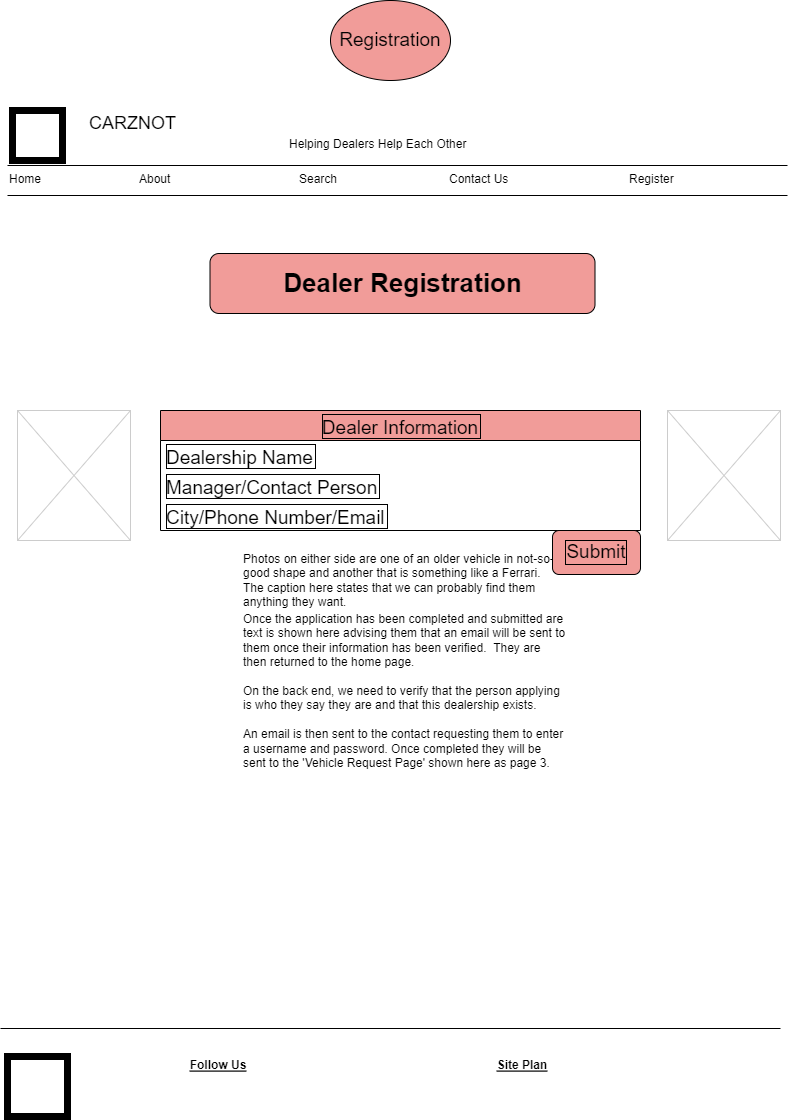
carznot2/wdd130 keeps this draw.io diagram as carznot/images/registration-wireframe.png. Above is the earlier version. Source tidied: cells renumbered, new cells last; positions are measured from the earlier drawing's top-left corner, leaving out a move shared by most shapes.
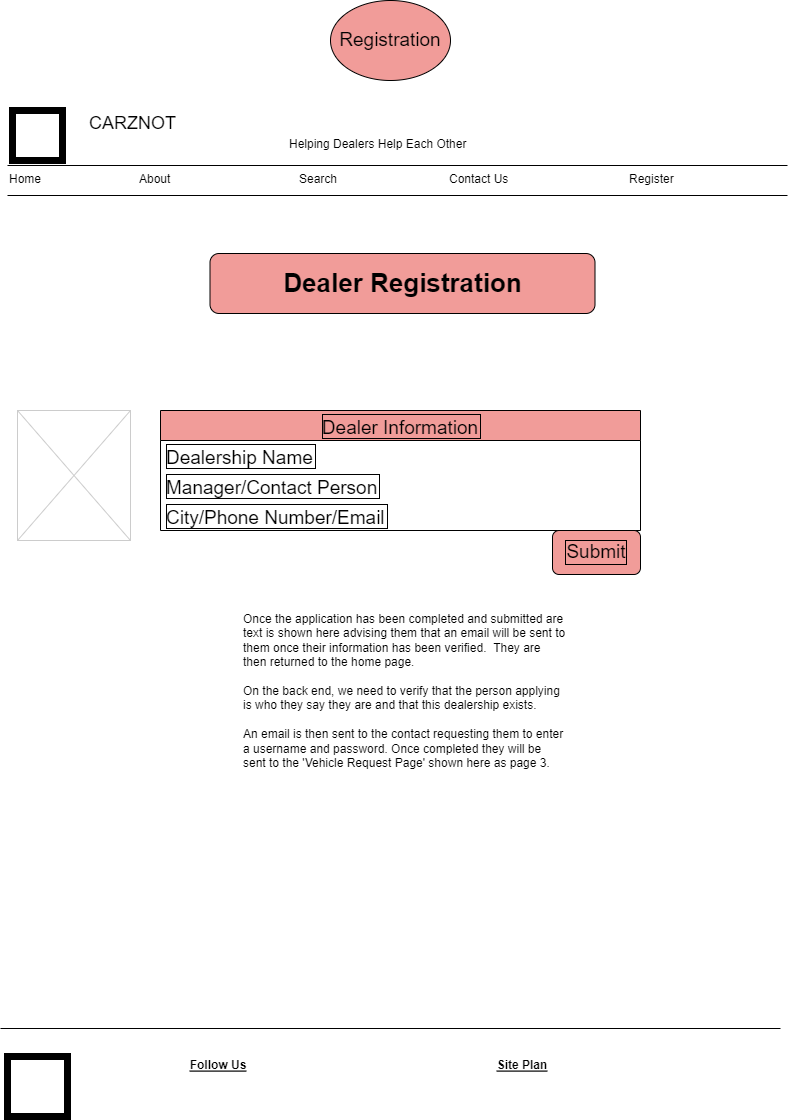
The same diagram one commit later.

Diff of the diagram source:
```diff
@@ -26,9 +26,6 @@
     <mxCell id="9" style="verticalLabelPosition=bottom;verticalAlign=top;strokeWidth=1;shape=mxgraph.mockup.graphics.iconGrid;strokeColor=#CCCCCC;gridSize=1,1;" parent="1" vertex="1">
       <mxGeometry x="17" y="410" width="113" height="130" as="geometry" />
     </mxCell>
-    <mxCell id="10" value="Photos on either side are one of an older vehicle in not-so-good shape and another that is something like a Ferrari.  The caption here states that we can probably find them anything they want." style="text;spacingTop=-5;whiteSpace=wrap;align=left;" parent="1" vertex="1">
-      <mxGeometry x="241" y="550" width="322" height="70" as="geometry" />
-    </mxCell>
     <mxCell id="11" value="Register" style="text;spacingTop=-5;" parent="1" vertex="1">
       <mxGeometry x="627" y="170" width="30" height="20" as="geometry" />
     </mxCell>
@@ -77,8 +74,5 @@
     <mxCell id="26" value="Submit" style="rounded=1;whiteSpace=wrap;html=1;labelBorderColor=default;fontSize=19;fillColor=#F19C99;" parent="1" vertex="1">
       <mxGeometry x="552" y="530" width="88" height="44" as="geometry" />
     </mxCell>
-    <mxCell id="27" style="verticalLabelPosition=bottom;verticalAlign=top;strokeWidth=1;shape=mxgraph.mockup.graphics.iconGrid;strokeColor=#CCCCCC;gridSize=1,1;" parent="1" vertex="1">
-      <mxGeometry x="667" y="410" width="113" height="130" as="geometry" />
-    </mxCell>
   </root>
 </mxGraphModel>
```
